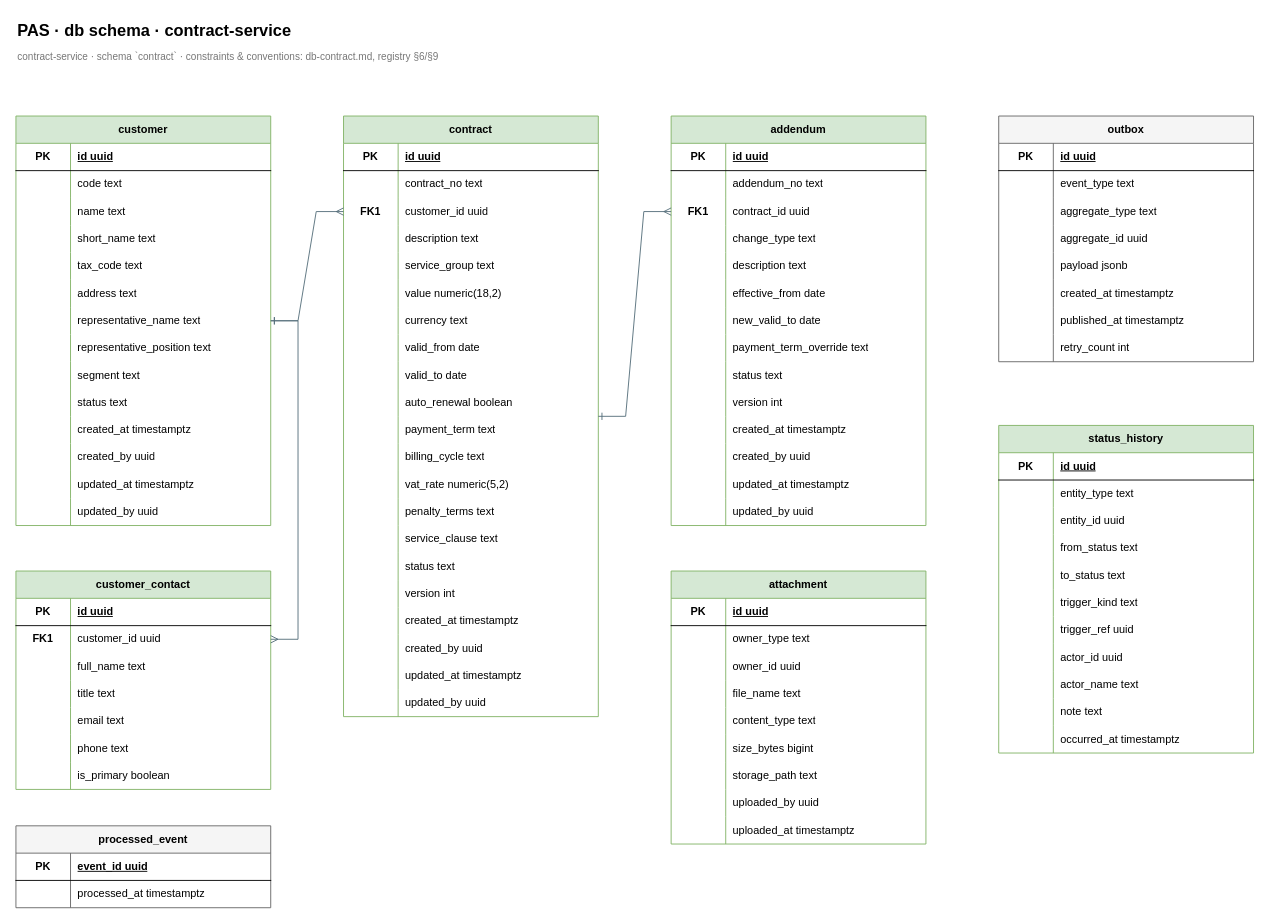
luinor223/pas keeps this draw.io diagram as docs/design/db/db-contract.drawio. Above is the earlier version. Source tidied: cells renumbered, new cells numbered last; positions are measured from the earlier drawing's top-left corner, leaving out a move shared by most shapes. Both pictures are drawn from the tidied source at 91%, with x=0, y=0 at pixel (15, 15).
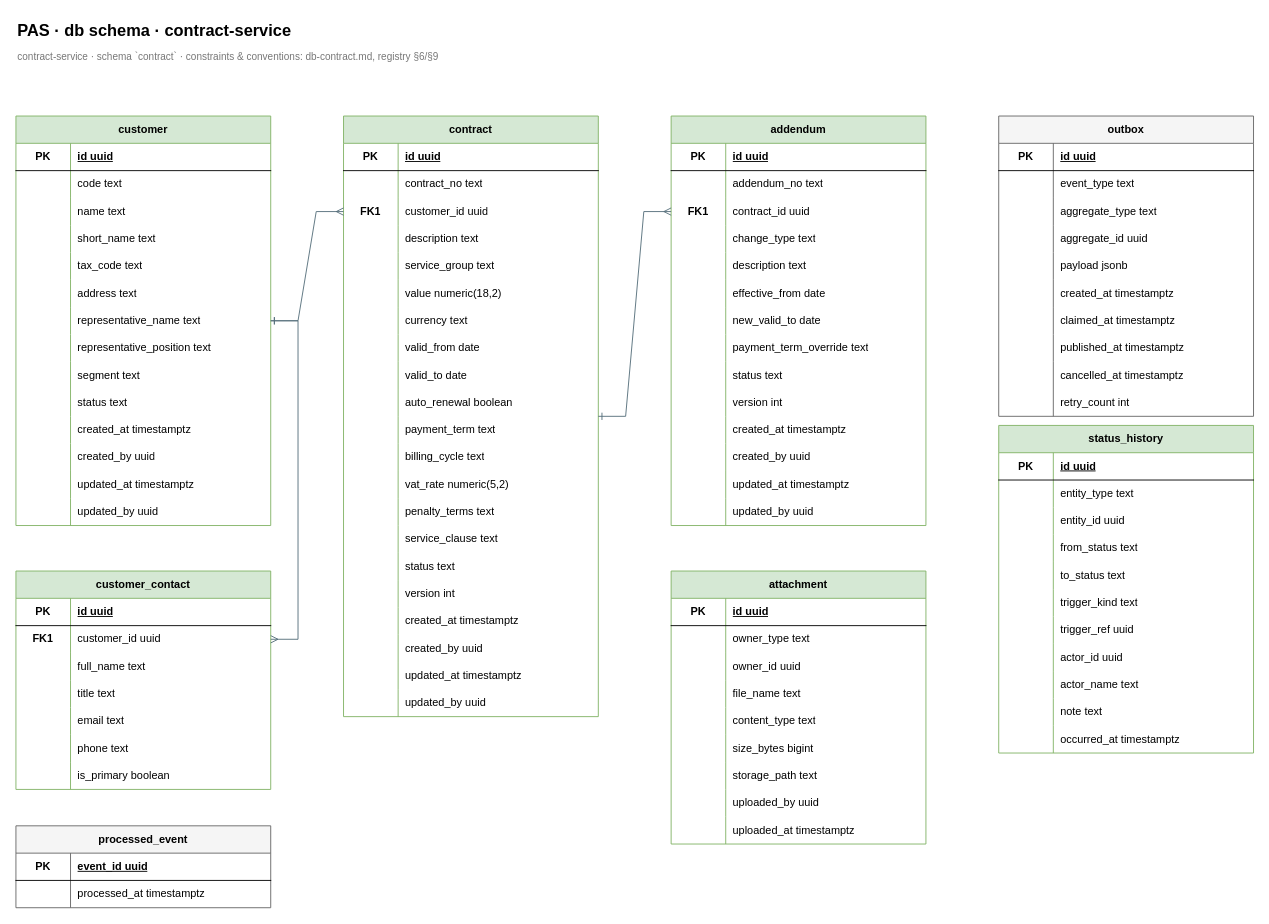
After the change.

The change refers to these unchanged cells:
```xml
<mxCell id="230" style="shape=tableRow;horizontal=0;startSize=0;swimlaneHead=0;swimlaneBody=0;fillColor=none;top=0;left=0;right=0;bottom=0;html=1;" parent="211" vertex="1">
  <mxGeometry y="210" width="280" height="30" as="geometry" />
</mxCell>
<mxCell id="233" style="shape=tableRow;horizontal=0;startSize=0;swimlaneHead=0;swimlaneBody=0;fillColor=none;top=0;left=0;right=0;bottom=0;html=1;" parent="211" vertex="1">
  <mxGeometry y="240" width="280" height="30" as="geometry" />
</mxCell>
```

Diff of the diagram source:
```diff
@@
     <mxCell id="211" value="outbox" style="shape=table;startSize=30;childLayout=tableLayout;rowLines=0;fontStyle=1;align=center;html=1;whiteSpace=wrap;fillColor=#f5f5f5;strokeColor=#666666;" parent="1" vertex="1">
-      <mxGeometry x="1080" y="110" width="280" height="270" as="geometry" />
+      <mxGeometry x="1080" y="110" width="280" height="330" as="geometry" />
     </mxCell>
@@
-    <mxCell id="232" value="published_at timestamptz" style="shape=partialRectangle;fillColor=none;top=0;left=0;bottom=0;right=0;align=left;spacingLeft=6;overflow=hidden;whiteSpace=wrap;html=1;" parent="230" vertex="1">
+    <mxCell id="232" value="claimed_at timestamptz" style="shape=partialRectangle;fillColor=none;top=0;left=0;bottom=0;right=0;align=left;spacingLeft=6;overflow=hidden;whiteSpace=wrap;html=1;" parent="230" vertex="1">
       <mxGeometry x="60" width="220" height="30" as="geometry" />
     </mxCell>
@@
-    <mxCell id="235" value="retry_count int" style="shape=partialRectangle;fillColor=none;top=0;left=0;bottom=0;right=0;align=left;spacingLeft=6;overflow=hidden;whiteSpace=wrap;html=1;" parent="233" vertex="1">
+    <mxCell id="235" value="published_at timestamptz" style="shape=partialRectangle;fillColor=none;top=0;left=0;bottom=0;right=0;align=left;spacingLeft=6;overflow=hidden;whiteSpace=wrap;html=1;" parent="233" vertex="1">
       <mxGeometry x="60" width="220" height="30" as="geometry" />
     </mxCell>
+    <mxCell id="273" style="shape=tableRow;horizontal=0;startSize=0;swimlaneHead=0;swimlaneBody=0;fillColor=none;top=0;left=0;right=0;bottom=0;html=1;" parent="211" vertex="1">
+      <mxGeometry y="270" width="280" height="30" as="geometry" />
+    </mxCell>
+    <mxCell id="274" style="shape=partialRectangle;fillColor=none;top=0;left=0;bottom=0;right=0;fontStyle=1;overflow=hidden;whiteSpace=wrap;html=1;" parent="273" vertex="1">
+      <mxGeometry width="60" height="30" as="geometry" />
+    </mxCell>
+    <mxCell id="275" value="cancelled_at timestamptz" style="shape=partialRectangle;fillColor=none;top=0;left=0;bottom=0;right=0;align=left;spacingLeft=6;overflow=hidden;whiteSpace=wrap;html=1;" parent="273" vertex="1">
+      <mxGeometry x="60" width="220" height="30" as="geometry" />
+    </mxCell>
+    <mxCell id="276" style="shape=tableRow;horizontal=0;startSize=0;swimlaneHead=0;swimlaneBody=0;fillColor=none;top=0;left=0;right=0;bottom=0;html=1;" parent="211" vertex="1">
+      <mxGeometry y="300" width="280" height="30" as="geometry" />
+    </mxCell>
+    <mxCell id="277" style="shape=partialRectangle;fillColor=none;top=0;left=0;bottom=0;right=0;fontStyle=1;overflow=hidden;whiteSpace=wrap;html=1;" parent="276" vertex="1">
+      <mxGeometry width="60" height="30" as="geometry" />
+    </mxCell>
+    <mxCell id="278" value="retry_count int" style="shape=partialRectangle;fillColor=none;top=0;left=0;bottom=0;right=0;align=left;spacingLeft=6;overflow=hidden;whiteSpace=wrap;html=1;" parent="276" vertex="1">
+      <mxGeometry x="60" width="220" height="30" as="geometry" />
+    </mxCell>
```
